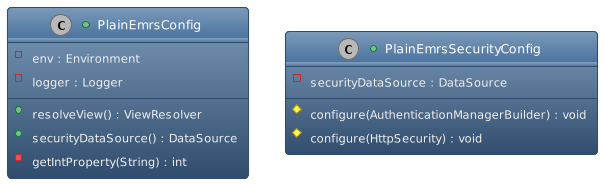
Above: diagrams/class/loginClassDiagram.png in empty-works/plain-emrs (PlantUML), before the change.
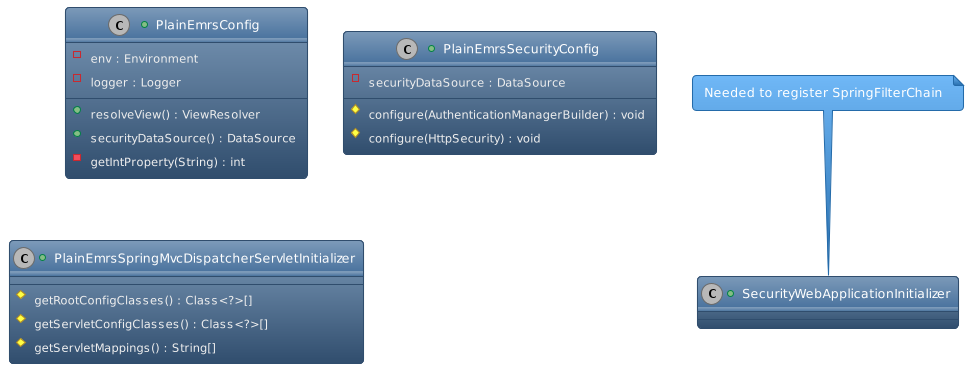
The same diagram one commit later.

Commit message:
Added security initializers to the login class diagram.

Diff of the diagram source:
```diff
@@ -13,4 +13,16 @@
     #configure(AuthenticationManagerBuilder) : void
     #configure(HttpSecurity) : void
 }
+
++class PlainEmrsSpringMvcDispatcherServletInitializer {
+    #getRootConfigClasses() : Class<?>[]
+    #getServletConfigClasses() : Class<?>[]
+    #getServletMappings() : String[]
+}
+
++class SecurityWebApplicationInitializer {
+}
+
+note top of SecurityWebApplicationInitializer : Needed to register SpringFilterChain
+
 @enduml
```
